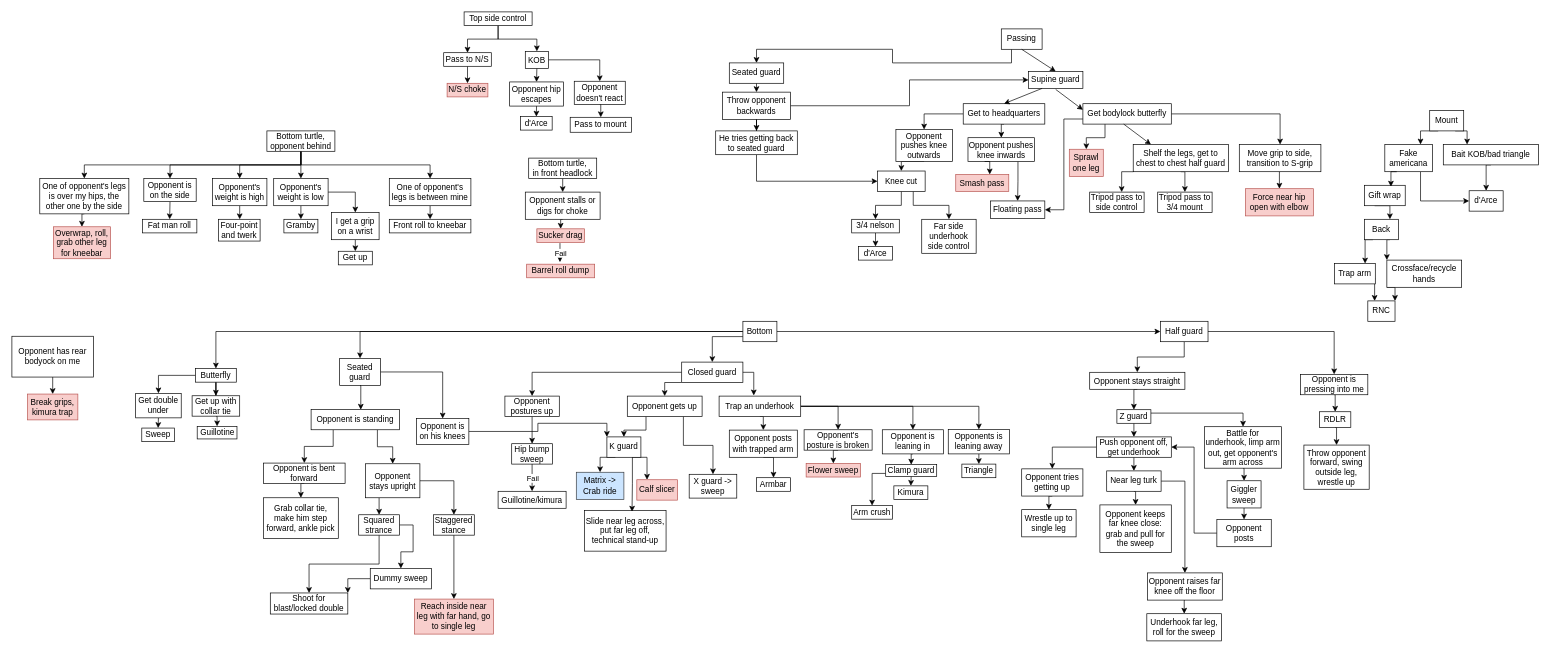
Before: JJB.drawio in Bertrand31/BJJ-flowchart, a draw.io diagram. Source tidied: cells renumbered, new cells numbered last; positions are measured from the earlier drawing's top-left corner, leaving out a move shared by most shapes. Both pictures are drawn from the tidied source at 68%, with x=0, y=0 at pixel (12, 12).
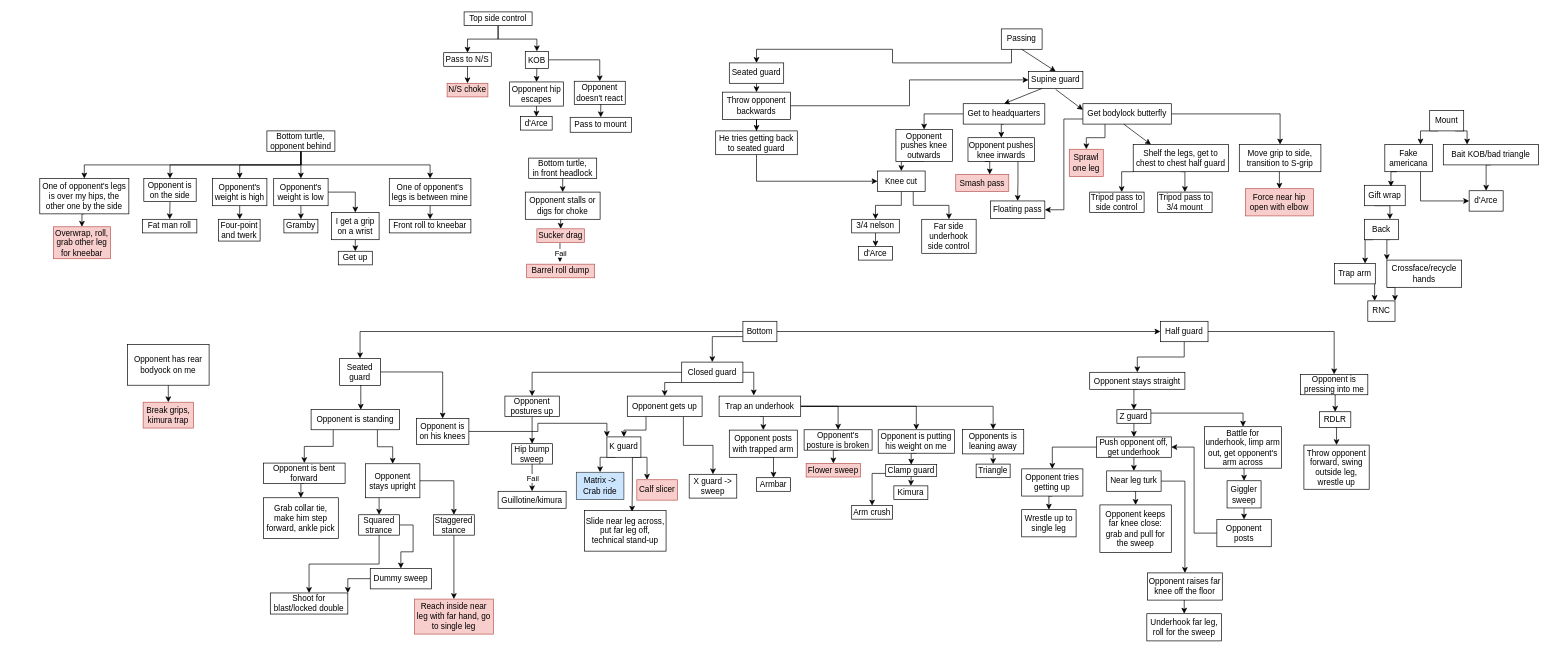
The same diagram, later.

Commit message:
Drop bottom butterfly system

Unchanged cells that the change refers to:
```xml
<mxCell id="53" value="Bottom" style="whiteSpace=wrap;html=1;" parent="1" vertex="1">
  <mxGeometry x="1075" y="455" width="50" height="30" as="geometry" />
</mxCell>
```

What changed in the source:
```diff
@@
-    <mxCell id="52" style="edgeStyle=orthogonalEdgeStyle;rounded=0;jettySize=auto;html=1;exitX=0;exitY=0.5;exitDx=0;exitDy=0;entryX=0.5;entryY=0;entryDx=0;entryDy=0;" parent="1" edge="1" source="53" target="119">
-      <mxGeometry relative="1" as="geometry" />
-    </mxCell>
@@
-    <mxCell id="117" style="edgeStyle=orthogonalEdgeStyle;rounded=0;jettySize=auto;html=1;" parent="1" edge="1" source="119" target="121">
-      <mxGeometry relative="1" as="geometry" />
-    </mxCell>
-    <mxCell id="118" style="edgeStyle=orthogonalEdgeStyle;rounded=0;jettySize=auto;html=1;exitX=0;exitY=0.5;exitDx=0;exitDy=0;entryX=0.5;entryY=0;entryDx=0;entryDy=0;" parent="1" edge="1" source="119" target="193">
-      <mxGeometry relative="1" as="geometry" />
-    </mxCell>
-    <mxCell id="119" value="Butterfly" style="whiteSpace=wrap;html=1;" parent="1" vertex="1">
-      <mxGeometry x="270" y="524.5" width="60" height="20" as="geometry" />
-    </mxCell>
-    <mxCell id="120" style="edgeStyle=orthogonalEdgeStyle;rounded=0;jettySize=auto;html=1;exitX=0.5;exitY=1;exitDx=0;exitDy=0;entryX=0.5;entryY=0;entryDx=0;entryDy=0;" parent="1" edge="1" source="121" target="122">
-      <mxGeometry relative="1" as="geometry" />
-    </mxCell>
-    <mxCell id="121" value="Get up with collar tie" style="whiteSpace=wrap;html=1;" parent="1" vertex="1">
-      <mxGeometry x="265" y="564.5" width="70" height="30" as="geometry" />
-    </mxCell>
-    <mxCell id="122" value="Guillotine" style="whiteSpace=wrap;html=1;" parent="1" vertex="1">
-      <mxGeometry x="272.5" y="609.5" width="58.5" height="18.5" as="geometry" />
-    </mxCell>
@@
-    <mxCell id="182" value="Opponent is leaning in" style="whiteSpace=wrap;html=1;" parent="1" vertex="1">
-      <mxGeometry x="1280" y="614.5" width="90" height="35.5" as="geometry" />
+    <mxCell id="182" value="Opponent is putting his weight on me" style="whiteSpace=wrap;html=1;" parent="1" vertex="1">
+      <mxGeometry x="1274" y="614.5" width="112" height="34.5" as="geometry" />
     </mxCell>
@@
     <mxCell id="188" value="Opponents is leaning away" style="whiteSpace=wrap;html=1;" parent="1" vertex="1">
-      <mxGeometry x="1377" y="614" width="90" height="36" as="geometry" />
+      <mxGeometry x="1398" y="614" width="90" height="36" as="geometry" />
     </mxCell>
     <mxCell id="189" value="Triangle" style="whiteSpace=wrap;html=1;" parent="1" vertex="1">
-      <mxGeometry x="1397" y="665" width="50" height="20" as="geometry" />
+      <mxGeometry x="1418" y="665" width="50" height="20" as="geometry" />
     </mxCell>
@@
-    <mxCell id="192" style="edgeStyle=orthogonalEdgeStyle;rounded=0;jettySize=auto;html=1;exitX=0.5;exitY=1;exitDx=0;exitDy=0;entryX=0.5;entryY=0;entryDx=0;entryDy=0;" parent="1" edge="1" source="193" target="194">
-      <mxGeometry relative="1" as="geometry" />
-    </mxCell>
-    <mxCell id="193" value="Get double under" style="whiteSpace=wrap;html=1;" parent="1" vertex="1">
-      <mxGeometry x="182" y="561" width="67" height="36" as="geometry" />
-    </mxCell>
-    <mxCell id="194" value="Sweep" style="whiteSpace=wrap;html=1;" parent="1" vertex="1">
-      <mxGeometry x="191" y="612" width="48" height="20" as="geometry" />
-    </mxCell>
@@
     <mxCell id="221" value="Opponent has rear bodyock on me" style="whiteSpace=wrap;html=1;" parent="1" vertex="1">
-      <mxGeometry y="477" width="120" height="60" as="geometry" />
+      <mxGeometry x="170" y="489" width="120" height="60" as="geometry" />
     </mxCell>
     <mxCell id="222" value="Break grips, kimura trap" style="whiteSpace=wrap;html=1;fillColor=#f8cecc;strokeColor=#b85450;" parent="1" vertex="1">
-      <mxGeometry x="23" y="562" width="74" height="38" as="geometry" />
+      <mxGeometry x="193" y="574" width="74" height="38" as="geometry" />
     </mxCell>
```
